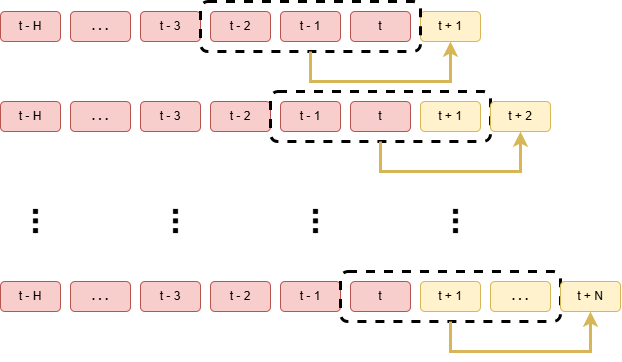
Earlier version of the draw.io export report/figures/model_summary/Recursiver_fcst.drawio.png (Elwin-Freudiger/MeteoThesis). Source tidied: cells renumbered, new cells last; positions are measured from the earlier drawing's top-left corner, leaving out a move shared by most shapes.
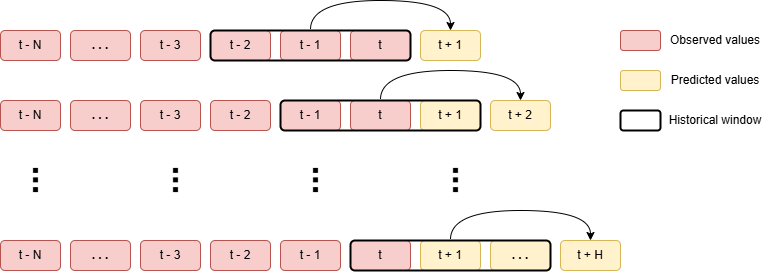
After the commit.

Diff of the diagram source:
```diff
@@ -2,7 +2,7 @@
   <root>
     <mxCell id="0" />
     <mxCell id="1" parent="0" />
-    <mxCell id="2" value="t - H" style="rounded=1;whiteSpace=wrap;html=1;fillColor=#f8cecc;strokeColor=#b85450;" parent="1" vertex="1">
+    <mxCell id="2" value="t - N" style="rounded=1;whiteSpace=wrap;html=1;fillColor=#f8cecc;strokeColor=#b85450;" parent="1" vertex="1">
       <mxGeometry x="20" y="10" width="60" height="30" as="geometry" />
     </mxCell>
     <mxCell id="3" value="&lt;b&gt;. . .&lt;/b&gt;" style="rounded=1;whiteSpace=wrap;html=1;fillColor=#f8cecc;strokeColor=#b85450;" parent="1" vertex="1">
@@ -20,104 +20,126 @@
     <mxCell id="7" value="t" style="rounded=1;whiteSpace=wrap;html=1;fillColor=#f8cecc;strokeColor=#b85450;" parent="1" vertex="1">
       <mxGeometry x="370" y="10" width="60" height="30" as="geometry" />
     </mxCell>
-    <mxCell id="8" value="t + 1" style="rounded=1;whiteSpace=wrap;html=1;fillColor=#fff2cc;strokeColor=#d6b656;" parent="1" vertex="1">
+    <mxCell id="8" value="t + 1" style="rounded=1;whiteSpace=wrap;html=1;fillColor=#fff2cc;strokeColor=#D6B656;strokeWidth=1;" parent="1" vertex="1">
       <mxGeometry x="440" y="10" width="60" height="30" as="geometry" />
     </mxCell>
-    <mxCell id="9" style="rounded=1;whiteSpace=wrap;html=1;dashed=1;fillColor=none;strokeWidth=3;" parent="1" vertex="1">
-      <mxGeometry x="220" width="220" height="50" as="geometry" />
+    <mxCell id="9" style="rounded=1;whiteSpace=wrap;html=1;fillColor=none;strokeWidth=2;perimeterSpacing=1;glass=0;shadow=0;strokeColor=#000000;" parent="1" vertex="1">
+      <mxGeometry x="230" y="10" width="200" height="30" as="geometry" />
     </mxCell>
-    <mxCell id="10" style="endArrow=classic;html=1;rounded=0;exitX=0.5;exitY=1;exitDx=0;exitDy=0;entryX=0.5;entryY=1;entryDx=0;entryDy=0;fillColor=#fff2cc;strokeColor=#d6b656;strokeWidth=3;" parent="1" edge="1" source="9" target="8">
-      <mxGeometry relative="1" as="geometry">
-        <Array as="points">
-          <mxPoint x="330" y="80" />
-          <mxPoint x="470" y="80" />
-        </Array>
-      </mxGeometry>
-    </mxCell>
-    <mxCell id="11" value="t - H" style="rounded=1;whiteSpace=wrap;html=1;fillColor=#f8cecc;strokeColor=#b85450;" parent="1" vertex="1">
-      <mxGeometry x="20" y="100" width="60" height="30" as="geometry" />
+    <mxCell id="11" value="t - N" style="rounded=1;whiteSpace=wrap;html=1;fillColor=#f8cecc;strokeColor=#b85450;" parent="1" vertex="1">
+      <mxGeometry x="20" y="80" width="60" height="30" as="geometry" />
     </mxCell>
     <mxCell id="12" value="&lt;b&gt;. . .&lt;/b&gt;" style="rounded=1;whiteSpace=wrap;html=1;fillColor=#f8cecc;strokeColor=#b85450;" parent="1" vertex="1">
-      <mxGeometry x="90" y="100" width="60" height="30" as="geometry" />
+      <mxGeometry x="90" y="80" width="60" height="30" as="geometry" />
     </mxCell>
     <mxCell id="13" value="t - 3" style="rounded=1;whiteSpace=wrap;html=1;fillColor=#f8cecc;strokeColor=#b85450;" parent="1" vertex="1">
-      <mxGeometry x="160" y="100" width="60" height="30" as="geometry" />
+      <mxGeometry x="160" y="80" width="60" height="30" as="geometry" />
     </mxCell>
     <mxCell id="14" value="t - 2" style="rounded=1;whiteSpace=wrap;html=1;fillColor=#f8cecc;strokeColor=#b85450;" parent="1" vertex="1">
-      <mxGeometry x="230" y="100" width="60" height="30" as="geometry" />
+      <mxGeometry x="230" y="80" width="60" height="30" as="geometry" />
     </mxCell>
     <mxCell id="15" value="t - 1" style="rounded=1;whiteSpace=wrap;html=1;fillColor=#f8cecc;strokeColor=#b85450;" parent="1" vertex="1">
-      <mxGeometry x="300" y="100" width="60" height="30" as="geometry" />
+      <mxGeometry x="300" y="80" width="60" height="30" as="geometry" />
     </mxCell>
     <mxCell id="16" value="t" style="rounded=1;whiteSpace=wrap;html=1;fillColor=#f8cecc;strokeColor=#b85450;" parent="1" vertex="1">
-      <mxGeometry x="370" y="100" width="60" height="30" as="geometry" />
+      <mxGeometry x="370" y="80" width="60" height="30" as="geometry" />
     </mxCell>
     <mxCell id="17" value="t + 1" style="rounded=1;whiteSpace=wrap;html=1;fillColor=#fff2cc;strokeColor=#d6b656;" parent="1" vertex="1">
-      <mxGeometry x="440" y="100" width="60" height="30" as="geometry" />
+      <mxGeometry x="440" y="80" width="60" height="30" as="geometry" />
     </mxCell>
-    <mxCell id="18" style="rounded=1;whiteSpace=wrap;html=1;dashed=1;fillColor=none;strokeWidth=3;" parent="1" vertex="1">
-      <mxGeometry x="290" y="90" width="220" height="50" as="geometry" />
+    <mxCell id="18" style="rounded=1;whiteSpace=wrap;html=1;fillColor=none;strokeWidth=2;" parent="1" vertex="1">
+      <mxGeometry x="300" y="80" width="200" height="30" as="geometry" />
     </mxCell>
-    <mxCell id="19" style="endArrow=classic;html=1;rounded=0;exitX=0.5;exitY=1;exitDx=0;exitDy=0;entryX=0.5;entryY=1;entryDx=0;entryDy=0;fillColor=#fff2cc;strokeColor=#d6b656;strokeWidth=3;" parent="1" edge="1" source="18" target="20">
-      <mxGeometry relative="1" as="geometry">
-        <Array as="points">
-          <mxPoint x="400" y="170" />
-          <mxPoint x="540" y="170" />
-        </Array>
-      </mxGeometry>
-    </mxCell>
-    <mxCell id="20" value="t + 2" style="rounded=1;whiteSpace=wrap;html=1;fillColor=#fff2cc;strokeColor=#d6b656;" parent="1" vertex="1">
-      <mxGeometry x="510" y="100" width="60" height="30" as="geometry" />
+    <mxCell id="20" value="t + 2" style="rounded=1;whiteSpace=wrap;html=1;fillColor=#fff2cc;strokeColor=#d6b656;strokeWidth=1;" parent="1" vertex="1">
+      <mxGeometry x="510" y="80" width="60" height="30" as="geometry" />
     </mxCell>
-    <mxCell id="21" value="t - H" style="rounded=1;whiteSpace=wrap;html=1;fillColor=#f8cecc;strokeColor=#b85450;" parent="1" vertex="1">
-      <mxGeometry x="20" y="280" width="60" height="30" as="geometry" />
+    <mxCell id="21" value="t - N" style="rounded=1;whiteSpace=wrap;html=1;fillColor=#f8cecc;strokeColor=#b85450;" parent="1" vertex="1">
+      <mxGeometry x="20" y="220" width="60" height="30" as="geometry" />
     </mxCell>
     <mxCell id="22" value="&lt;b&gt;. . .&lt;/b&gt;" style="rounded=1;whiteSpace=wrap;html=1;fillColor=#f8cecc;strokeColor=#b85450;" parent="1" vertex="1">
-      <mxGeometry x="90" y="280" width="60" height="30" as="geometry" />
+      <mxGeometry x="90" y="220" width="60" height="30" as="geometry" />
     </mxCell>
     <mxCell id="23" value="t - 3" style="rounded=1;whiteSpace=wrap;html=1;fillColor=#f8cecc;strokeColor=#b85450;" parent="1" vertex="1">
-      <mxGeometry x="160" y="280" width="60" height="30" as="geometry" />
+      <mxGeometry x="160" y="220" width="60" height="30" as="geometry" />
     </mxCell>
     <mxCell id="24" value="t - 2" style="rounded=1;whiteSpace=wrap;html=1;fillColor=#f8cecc;strokeColor=#b85450;" parent="1" vertex="1">
-      <mxGeometry x="230" y="280" width="60" height="30" as="geometry" />
+      <mxGeometry x="230" y="220" width="60" height="30" as="geometry" />
     </mxCell>
     <mxCell id="25" value="t - 1" style="rounded=1;whiteSpace=wrap;html=1;fillColor=#f8cecc;strokeColor=#b85450;" parent="1" vertex="1">
-      <mxGeometry x="300" y="280" width="60" height="30" as="geometry" />
+      <mxGeometry x="300" y="220" width="60" height="30" as="geometry" />
     </mxCell>
     <mxCell id="26" value="t" style="rounded=1;whiteSpace=wrap;html=1;fillColor=#f8cecc;strokeColor=#b85450;" parent="1" vertex="1">
-      <mxGeometry x="370" y="280" width="60" height="30" as="geometry" />
+      <mxGeometry x="370" y="220" width="60" height="30" as="geometry" />
     </mxCell>
     <mxCell id="27" value="t + 1" style="rounded=1;whiteSpace=wrap;html=1;fillColor=#fff2cc;strokeColor=#d6b656;" parent="1" vertex="1">
-      <mxGeometry x="440" y="280" width="60" height="30" as="geometry" />
+      <mxGeometry x="440" y="220" width="60" height="30" as="geometry" />
     </mxCell>
-    <mxCell id="28" style="rounded=1;whiteSpace=wrap;html=1;dashed=1;fillColor=none;strokeWidth=3;" parent="1" vertex="1">
-      <mxGeometry x="360" y="270" width="220" height="50" as="geometry" />
-    </mxCell>
-    <mxCell id="29" style="endArrow=classic;html=1;rounded=0;exitX=0.5;exitY=1;exitDx=0;exitDy=0;entryX=0.5;entryY=1;entryDx=0;entryDy=0;fillColor=#fff2cc;strokeColor=#d6b656;strokeWidth=3;" parent="1" edge="1" source="28" target="31">
-      <mxGeometry relative="1" as="geometry">
-        <Array as="points">
-          <mxPoint x="470" y="350" />
-          <mxPoint x="610" y="350" />
-        </Array>
-      </mxGeometry>
-    </mxCell>
     <mxCell id="30" value="&lt;b&gt;. . .&lt;/b&gt;" style="rounded=1;whiteSpace=wrap;html=1;fillColor=#fff2cc;strokeColor=#d6b656;" parent="1" vertex="1">
-      <mxGeometry x="510" y="280" width="60" height="30" as="geometry" />
+      <mxGeometry x="510" y="220" width="60" height="30" as="geometry" />
     </mxCell>
-    <mxCell id="31" value="t + N" style="rounded=1;whiteSpace=wrap;html=1;fillColor=#fff2cc;strokeColor=#d6b656;" parent="1" vertex="1">
-      <mxGeometry x="580" y="280" width="60" height="30" as="geometry" />
+    <mxCell id="31" value="t + H" style="rounded=1;whiteSpace=wrap;html=1;fillColor=#fff2cc;strokeColor=#d6b656;" parent="1" vertex="1">
+      <mxGeometry x="580" y="220" width="60" height="30" as="geometry" />
     </mxCell>
     <mxCell id="32" value="&lt;font style=&quot;font-size: 35px;&quot;&gt;&lt;b&gt;...&lt;/b&gt;&lt;/font&gt;" style="text;html=1;align=center;verticalAlign=middle;whiteSpace=wrap;rounded=0;rotation=-90;" parent="1" vertex="1">
-      <mxGeometry y="200" width="90" height="40" as="geometry" />
+      <mxGeometry y="140" width="90" height="40" as="geometry" />
     </mxCell>
     <mxCell id="33" value="&lt;font style=&quot;font-size: 35px;&quot;&gt;&lt;b&gt;...&lt;/b&gt;&lt;/font&gt;" style="text;html=1;align=center;verticalAlign=middle;whiteSpace=wrap;rounded=0;rotation=-90;" parent="1" vertex="1">
-      <mxGeometry x="140" y="200" width="90" height="40" as="geometry" />
+      <mxGeometry x="140" y="140" width="90" height="40" as="geometry" />
     </mxCell>
     <mxCell id="34" value="&lt;font style=&quot;font-size: 35px;&quot;&gt;&lt;b&gt;...&lt;/b&gt;&lt;/font&gt;" style="text;html=1;align=center;verticalAlign=middle;whiteSpace=wrap;rounded=0;rotation=-90;" parent="1" vertex="1">
-      <mxGeometry x="280" y="200" width="90" height="40" as="geometry" />
+      <mxGeometry x="280" y="140" width="90" height="40" as="geometry" />
     </mxCell>
     <mxCell id="35" value="&lt;font style=&quot;font-size: 35px;&quot;&gt;&lt;b&gt;...&lt;/b&gt;&lt;/font&gt;" style="text;html=1;align=center;verticalAlign=middle;whiteSpace=wrap;rounded=0;rotation=-90;" parent="1" vertex="1">
-      <mxGeometry x="420" y="200" width="90" height="40" as="geometry" />
+      <mxGeometry x="420" y="140" width="90" height="40" as="geometry" />
     </mxCell>
+    <mxCell id="28" style="rounded=1;whiteSpace=wrap;html=1;fillColor=none;strokeWidth=2;" parent="1" vertex="1">
+      <mxGeometry x="370" y="220" width="200" height="30" as="geometry" />
+    </mxCell>
+    <mxCell id="10" style="curved=1;endArrow=classic;html=1;rounded=0;edgeStyle=orthogonalEdgeStyle;entryX=0.5;entryY=0;entryDx=0;entryDy=0;exitX=0.5;exitY=0;exitDx=0;exitDy=0;" parent="1" edge="1" source="9" target="8">
+      <mxGeometry relative="1" as="geometry">
+        <Array as="points">
+          <mxPoint x="330" y="-20" />
+          <mxPoint x="470" y="-20" />
+        </Array>
+      </mxGeometry>
+    </mxCell>
+    <mxCell id="36" style="curved=1;endArrow=classic;html=1;rounded=0;edgeStyle=orthogonalEdgeStyle;entryX=0.5;entryY=0;entryDx=0;entryDy=0;exitX=0.5;exitY=0;exitDx=0;exitDy=0;" parent="1" edge="1">
+      <mxGeometry relative="1" as="geometry">
+        <mxPoint x="400" y="79" as="sourcePoint" />
+        <mxPoint x="540" y="80" as="targetPoint" />
+        <Array as="points">
+          <mxPoint x="400" y="50" />
+          <mxPoint x="540" y="50" />
+        </Array>
+      </mxGeometry>
+    </mxCell>
+    <mxCell id="37" style="curved=1;endArrow=classic;html=1;rounded=0;edgeStyle=orthogonalEdgeStyle;entryX=0.5;entryY=0;entryDx=0;entryDy=0;exitX=0.5;exitY=0;exitDx=0;exitDy=0;" parent="1" edge="1">
+      <mxGeometry relative="1" as="geometry">
+        <mxPoint x="470" y="219" as="sourcePoint" />
+        <mxPoint x="610" y="220" as="targetPoint" />
+        <Array as="points">
+          <mxPoint x="470" y="190" />
+          <mxPoint x="610" y="190" />
+        </Array>
+      </mxGeometry>
+    </mxCell>
+    <mxCell id="38" style="rounded=1;whiteSpace=wrap;html=1;fillColor=#fff2cc;strokeColor=#D6B656;strokeWidth=1;" parent="1" vertex="1">
+      <mxGeometry x="640" y="50" width="40" height="20" as="geometry" />
+    </mxCell>
+    <mxCell id="39" style="rounded=1;whiteSpace=wrap;html=1;fillColor=#f8cecc;strokeColor=#b85450;" parent="1" vertex="1">
+      <mxGeometry x="640" y="10" width="40" height="20" as="geometry" />
+    </mxCell>
+    <mxCell id="40" style="rounded=1;whiteSpace=wrap;html=1;fillColor=none;strokeWidth=2;" parent="1" vertex="1">
+      <mxGeometry x="640" y="90" width="40" height="20" as="geometry" />
+    </mxCell>
+    <mxCell id="41" value="Observed values" style="text;html=1;align=center;verticalAlign=middle;whiteSpace=wrap;rounded=0;" parent="1" vertex="1">
+      <mxGeometry x="680" y="5" width="110" height="30" as="geometry" />
+    </mxCell>
+    <mxCell id="42" value="Predicted values" style="text;html=1;align=center;verticalAlign=middle;whiteSpace=wrap;rounded=0;" parent="1" vertex="1">
+      <mxGeometry x="680" y="45" width="110" height="30" as="geometry" />
+    </mxCell>
+    <mxCell id="43" value="Historical window" style="text;html=1;align=center;verticalAlign=middle;whiteSpace=wrap;rounded=0;" parent="1" vertex="1">
+      <mxGeometry x="680" y="85" width="110" height="30" as="geometry" />
+    </mxCell>
   </root>
 </mxGraphModel>
```
